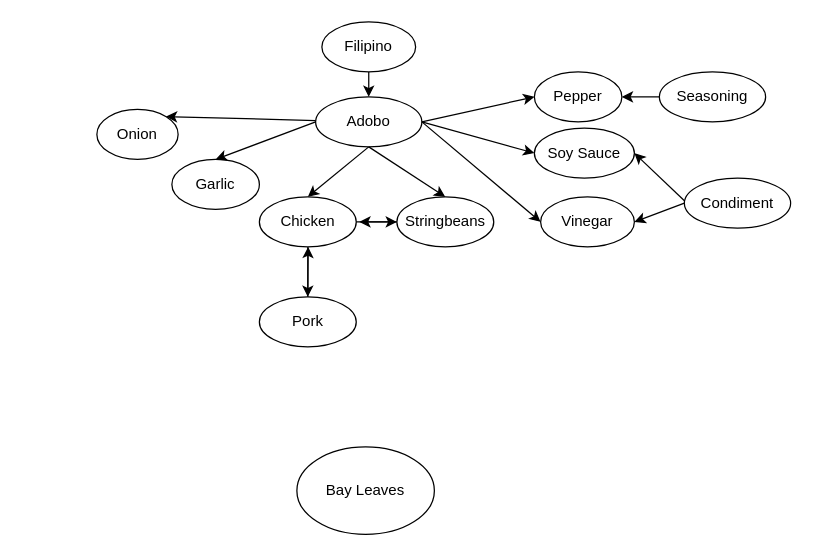
MonaJea-Ng/Projects keeps this draw.io diagram as KnowledGraph.drawio. Above is the earlier version. Source tidied: cells renumbered, new cells numbered last; positions are measured from the earlier drawing's top-left corner, leaving out a move shared by most shapes. Both pictures are drawn from the tidied source at 125%, with x=0, y=0 at pixel (96, 21).
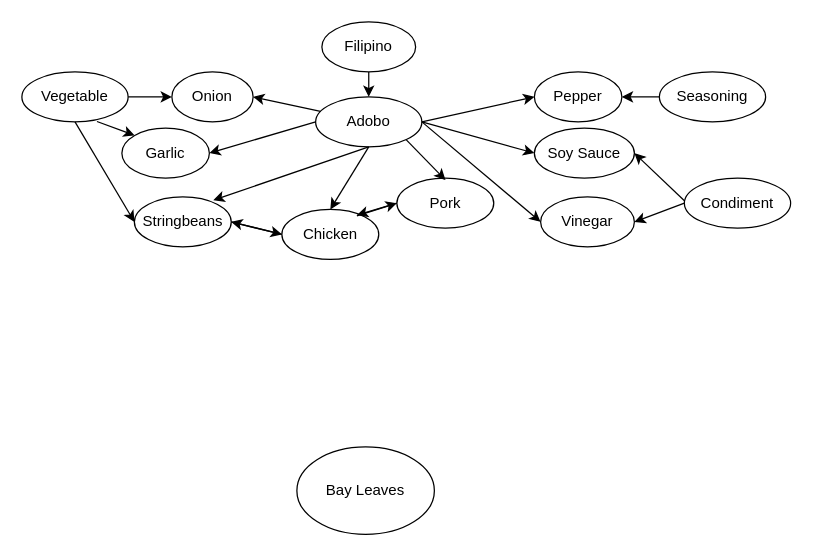
The same page after the edit.

The change refers to these unchanged cells:
```xml
<mxCell id="2" value="Adobo" style="ellipse;whiteSpace=wrap;html=1;" parent="1" vertex="1">
  <mxGeometry x="175" y="60" width="85" height="40" as="geometry" />
</mxCell>
```

Change to the diagram source:
```diff
@@
-    <mxCell id="4" style="edgeStyle=orthogonalEdgeStyle;rounded=0;jettySize=auto;html=1;exitX=0.5;exitY=1;exitDx=0;exitDy=0;" parent="1" edge="1" source="5" target="19">
-      <mxGeometry relative="1" as="geometry" />
-    </mxCell>
     <mxCell id="5" value="Chicken" style="ellipse;whiteSpace=wrap;html=1;" parent="1" vertex="1">
-      <mxGeometry x="130" y="140" width="77.5" height="40" as="geometry" />
+      <mxGeometry x="148" y="150" width="77.5" height="40" as="geometry" />
     </mxCell>
@@
     <mxCell id="9" value="Onion" style="ellipse;whiteSpace=wrap;html=1;" parent="1" vertex="1">
-      <mxGeometry y="70" width="65" height="40" as="geometry" />
+      <mxGeometry x="60" y="40" width="65" height="40" as="geometry" />
     </mxCell>
     <mxCell id="10" value="Garlic" style="ellipse;whiteSpace=wrap;html=1;" parent="1" vertex="1">
-      <mxGeometry x="60" y="110" width="70" height="40" as="geometry" />
+      <mxGeometry x="20" y="85" width="70" height="40" as="geometry" />
     </mxCell>
@@
     <mxCell id="19" value="Pork" style="ellipse;whiteSpace=wrap;html=1;" parent="1" vertex="1">
-      <mxGeometry x="130" y="220" width="77.5" height="40" as="geometry" />
+      <mxGeometry x="240" y="125" width="77.5" height="40" as="geometry" />
     </mxCell>
-    <mxCell id="20" style="endArrow=classic;html=1;rounded=0;entryX=0.5;entryY=0;entryDx=0;entryDy=0;exitX=0;exitY=0.5;exitDx=0;exitDy=0;" parent="1" edge="1" source="2" target="10">
+    <mxCell id="20" style="endArrow=classic;html=1;rounded=0;entryX=1;entryY=0.5;entryDx=0;entryDy=0;exitX=0;exitY=0.5;exitDx=0;exitDy=0;" parent="1" edge="1" source="2" target="10">
       <mxGeometry relative="1" as="geometry" />
     </mxCell>
-    <mxCell id="21" style="endArrow=classic;html=1;rounded=0;entryX=1;entryY=0;entryDx=0;entryDy=0;" parent="1" edge="1" source="2" target="9">
+    <mxCell id="21" style="endArrow=classic;html=1;rounded=0;entryX=1;entryY=0.5;entryDx=0;entryDy=0;" parent="1" edge="1" source="2" target="9">
       <mxGeometry relative="1" as="geometry" />
     </mxCell>
@@
     <mxCell id="25" value="Stringbeans" style="ellipse;whiteSpace=wrap;html=1;" parent="1" vertex="1">
-      <mxGeometry x="240" y="140" width="77.5" height="40" as="geometry" />
+      <mxGeometry x="30" y="140" width="77.5" height="40" as="geometry" />
     </mxCell>
-    <mxCell id="26" style="edgeStyle=orthogonalEdgeStyle;rounded=0;jettySize=auto;html=1;exitX=0.5;exitY=0;exitDx=0;exitDy=0;" parent="1" edge="1" source="19">
-      <mxGeometry relative="1" as="geometry">
-        <mxPoint x="169" y="180" as="targetPoint" />
-      </mxGeometry>
-    </mxCell>
+    <mxCell id="29" style="endArrow=classic;html=1;rounded=0;exitX=0.5;exitY=1;exitDx=0;exitDy=0;entryX=0.815;entryY=0.067;entryDx=0;entryDy=0;entryPerimeter=0;" parent="1" edge="1" source="2" target="25">
+      <mxGeometry relative="1" as="geometry" />
+    </mxCell>
+    <mxCell id="30" style="edgeStyle=orthogonalEdgeStyle;rounded=0;jettySize=auto;html=1;exitX=1;exitY=0.5;exitDx=0;exitDy=0;" parent="1" edge="1" source="31" target="9">
+      <mxGeometry relative="1" as="geometry" />
+    </mxCell>
+    <mxCell id="31" value="Vegetable" style="ellipse;whiteSpace=wrap;html=1;" parent="1" vertex="1">
+      <mxGeometry x="-60" y="40" width="85" height="40" as="geometry" />
+    </mxCell>
+    <mxCell id="32" style="endArrow=classic;html=1;rounded=0;exitX=0.707;exitY=0.992;exitDx=0;exitDy=0;entryX=0;entryY=0;entryDx=0;entryDy=0;exitPerimeter=0;" parent="1" edge="1" source="31" target="10">
+      <mxGeometry relative="1" as="geometry" />
+    </mxCell>
-    <mxCell id="27" style="edgeStyle=orthogonalEdgeStyle;rounded=0;jettySize=auto;html=1;entryX=0;entryY=0.5;entryDx=0;entryDy=0;exitX=1;exitY=0.5;exitDx=0;exitDy=0;" parent="1" edge="1" source="5" target="25">
+    <mxCell id="27" style="endArrow=classic;html=1;rounded=0;exitX=0;exitY=0.5;exitDx=0;exitDy=0;entryX=1;entryY=0.5;entryDx=0;entryDy=0;" parent="1" edge="1" source="5" target="25">
       <mxGeometry relative="1" as="geometry" />
     </mxCell>
-    <mxCell id="28" style="edgeStyle=orthogonalEdgeStyle;rounded=0;jettySize=auto;html=1;exitX=0;exitY=0.5;exitDx=0;exitDy=0;" parent="1" edge="1" source="25">
-      <mxGeometry relative="1" as="geometry">
-        <mxPoint x="210" y="160" as="targetPoint" />
-      </mxGeometry>
-    </mxCell>
-    <mxCell id="29" style="endArrow=classic;html=1;rounded=0;exitX=0.5;exitY=1;exitDx=0;exitDy=0;entryX=0.5;entryY=0;entryDx=0;entryDy=0;" parent="1" edge="1" source="2" target="25">
-      <mxGeometry relative="1" as="geometry" />
-    </mxCell>
+    <mxCell id="33" style="endArrow=classic;html=1;rounded=0;exitX=1;exitY=0.5;exitDx=0;exitDy=0;entryX=0;entryY=0.5;entryDx=0;entryDy=0;" parent="1" edge="1" source="25" target="5">
+      <mxGeometry relative="1" as="geometry" />
+    </mxCell>
+    <mxCell id="34" style="endArrow=classic;html=1;rounded=0;entryX=0;entryY=0.5;entryDx=0;entryDy=0;exitX=0.5;exitY=1;exitDx=0;exitDy=0;" parent="1" edge="1" source="31" target="25">
+      <mxGeometry relative="1" as="geometry" />
+    </mxCell>
+    <mxCell id="35" style="endArrow=classic;html=1;rounded=0;exitX=0;exitY=0.5;exitDx=0;exitDy=0;entryX=0.774;entryY=0.114;entryDx=0;entryDy=0;entryPerimeter=0;" parent="1" edge="1" source="19" target="5">
+      <mxGeometry relative="1" as="geometry" />
+    </mxCell>
+    <mxCell id="4" style="endArrow=classic;html=1;rounded=0;exitX=0.774;exitY=0.13;exitDx=0;exitDy=0;entryX=0;entryY=0.5;entryDx=0;entryDy=0;exitPerimeter=0;" parent="1" edge="1" source="5" target="19">
+      <mxGeometry relative="1" as="geometry" />
+    </mxCell>
+    <mxCell id="36" style="endArrow=classic;html=1;rounded=0;exitX=1;exitY=1;exitDx=0;exitDy=0;entryX=0.502;entryY=0.039;entryDx=0;entryDy=0;entryPerimeter=0;" parent="1" edge="1" source="2" target="19">
+      <mxGeometry relative="1" as="geometry" />
+    </mxCell>
```
